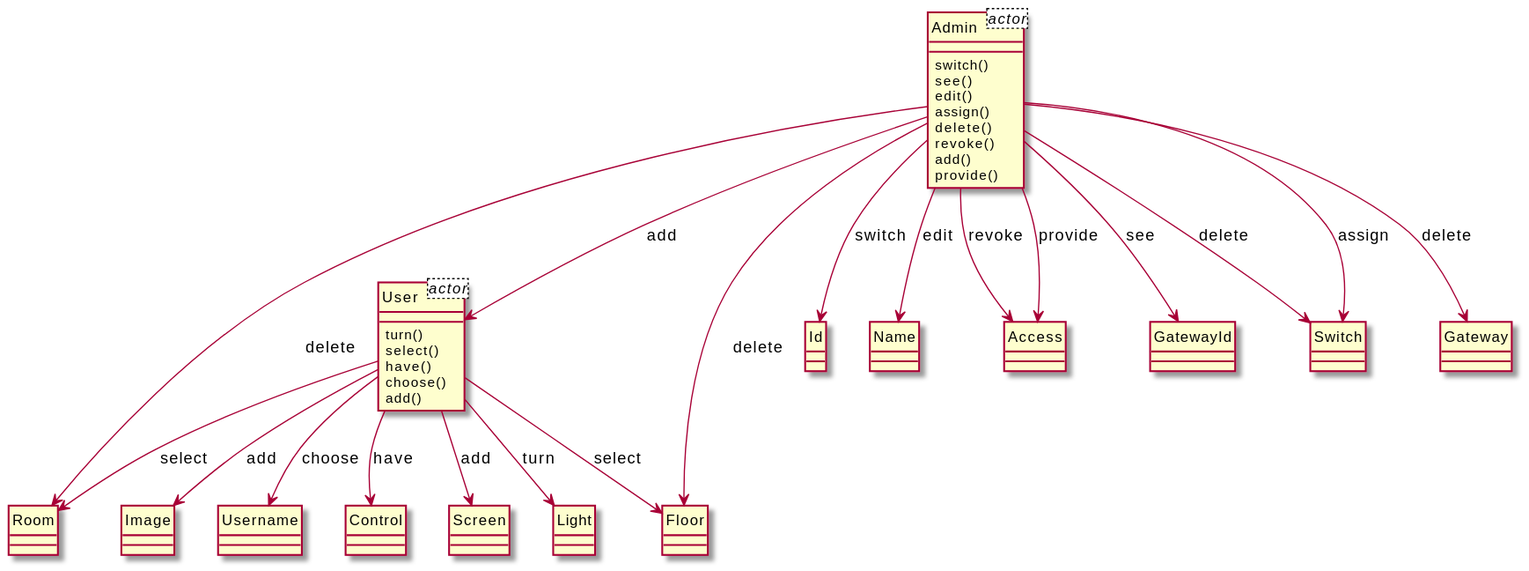
Before: output/diagram_5/2014-USC-Project13.svg, a diagram exported from PlantUML (xixixhalu/DomainModelExtractor). Source of this version:
```plantuml
@startuml
hide circle
class Admin<actor> {
}
class User<actor> {
}
class Admin {
	switch()
	see()
	edit()
	assign()
	delete()
	revoke()
	add()
	provide()
}
class Id {
}
class User {
	turn()
	select()
	have()
	choose()
	add()
}
class Control {
}
class Room {
}
class Image {
}
class Name {
}
class Username {
}
class Floor {
}
class Access {
}
class GatewayId {
}
class Screen {
}
class Switch {
}
class Light {
}
class Gateway {
}
User --> Username : choose
User --> Room : select
User --> Light : turn
User --> Image : add
Admin --> Access : provide
Admin --> GatewayId : see
Admin --> User : add
Admin --> Access : revoke
Admin --> Switch : assign
User --> Control : have
Admin --> Gateway : delete
User --> Floor : select
Admin --> Name : edit
User --> Screen : add
Admin --> Switch : delete
Admin --> Floor : delete
Admin --> Room : delete
Admin --> Id : switch
@enduml
```
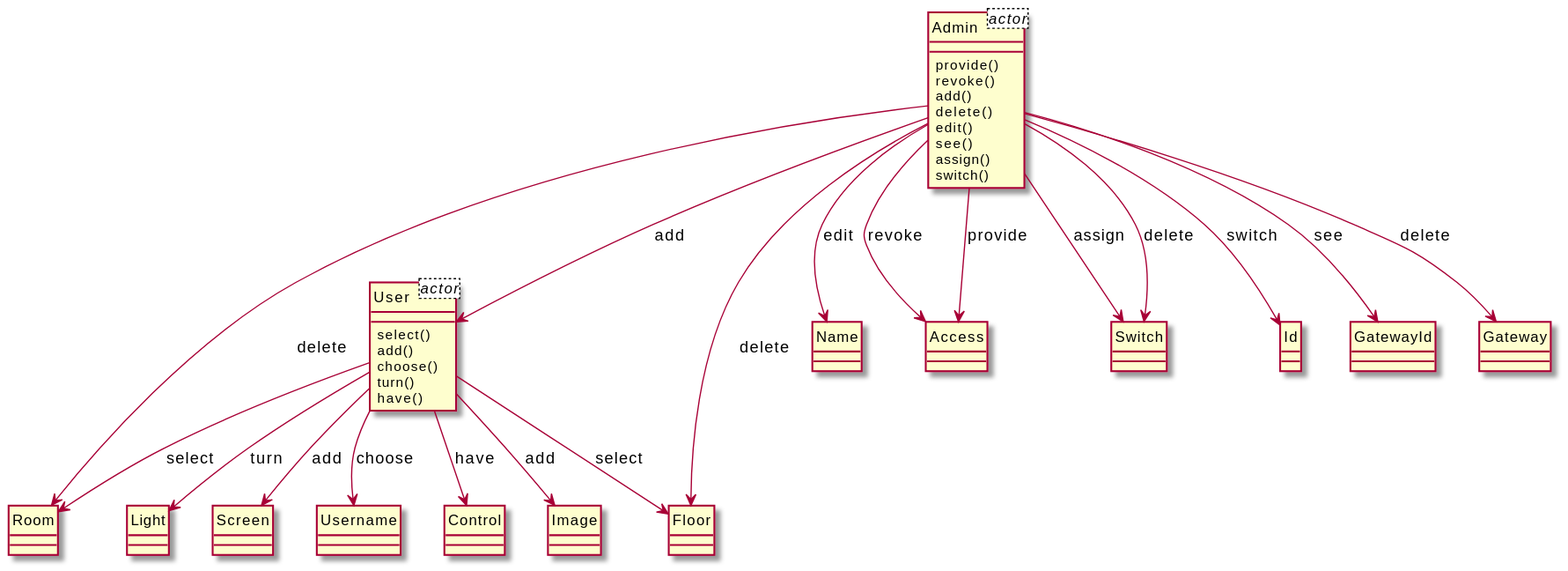
After the commit.

Change to the diagram source:
```diff
@@ -5,64 +5,64 @@
 class User<actor> {
 }
 class Admin {
-	switch()
-	see()
-	edit()
-	assign()
-	delete()
+	provide()
 	revoke()
 	add()
-	provide()
+	delete()
+	edit()
+	see()
+	assign()
+	switch()
+}
+class Floor {
+}
+class User {
+	select()
+	add()
+	choose()
+	turn()
+	have()
+}
+class Image {
+}
+class Room {
+}
+class Name {
+}
+class Access {
+}
+class Switch {
 }
 class Id {
 }
-class User {
-	turn()
-	select()
-	have()
-	choose()
-	add()
+class Light {
+}
+class Screen {
+}
+class Username {
+}
+class GatewayId {
 }
 class Control {
 }
-class Room {
-}
-class Image {
-}
-class Name {
-}
-class Username {
-}
-class Floor {
-}
-class Access {
-}
-class GatewayId {
-}
-class Screen {
-}
-class Switch {
-}
-class Light {
-}
 class Gateway {
 }
+Admin --> Switch : assign
+User --> Floor : select
+User --> Light : turn
+User --> Control : have
+Admin --> Name : edit
 User --> Username : choose
-User --> Room : select
-User --> Light : turn
+Admin --> User : add
 User --> Image : add
-Admin --> Access : provide
-Admin --> GatewayId : see
-Admin --> User : add
-Admin --> Access : revoke
-Admin --> Switch : assign
-User --> Control : have
-Admin --> Gateway : delete
-User --> Floor : select
-Admin --> Name : edit
-User --> Screen : add
-Admin --> Switch : delete
-Admin --> Floor : delete
 Admin --> Room : delete
 Admin --> Id : switch
+Admin --> Gateway : delete
+Admin --> Access : revoke
+Admin --> GatewayId : see
+Admin --> Access : provide
+Admin --> Switch : delete
+User --> Screen : add
+User --> Room : select
+Admin --> Floor : delete
 @enduml
```
